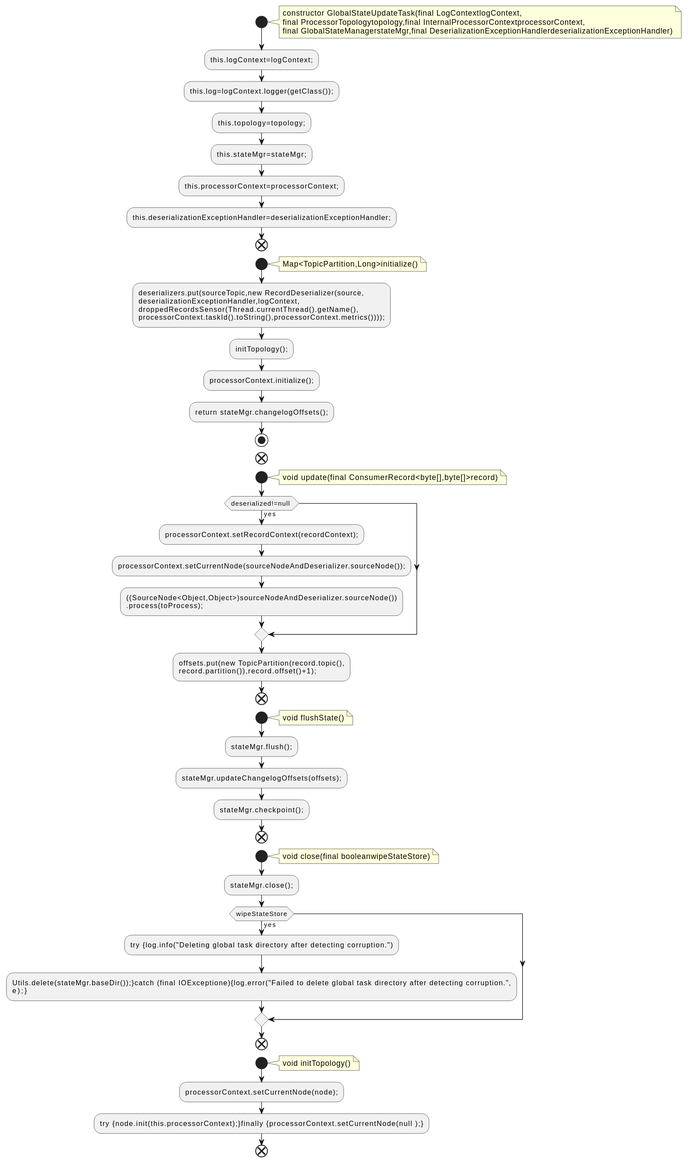
Above: docs/qc/streams/src/main/java/org/apache/kafka/streams/processor/internals/GlobalStateUpdateTask.java.fct.svg in qualitesys/kafka (PlantUML), before the change.
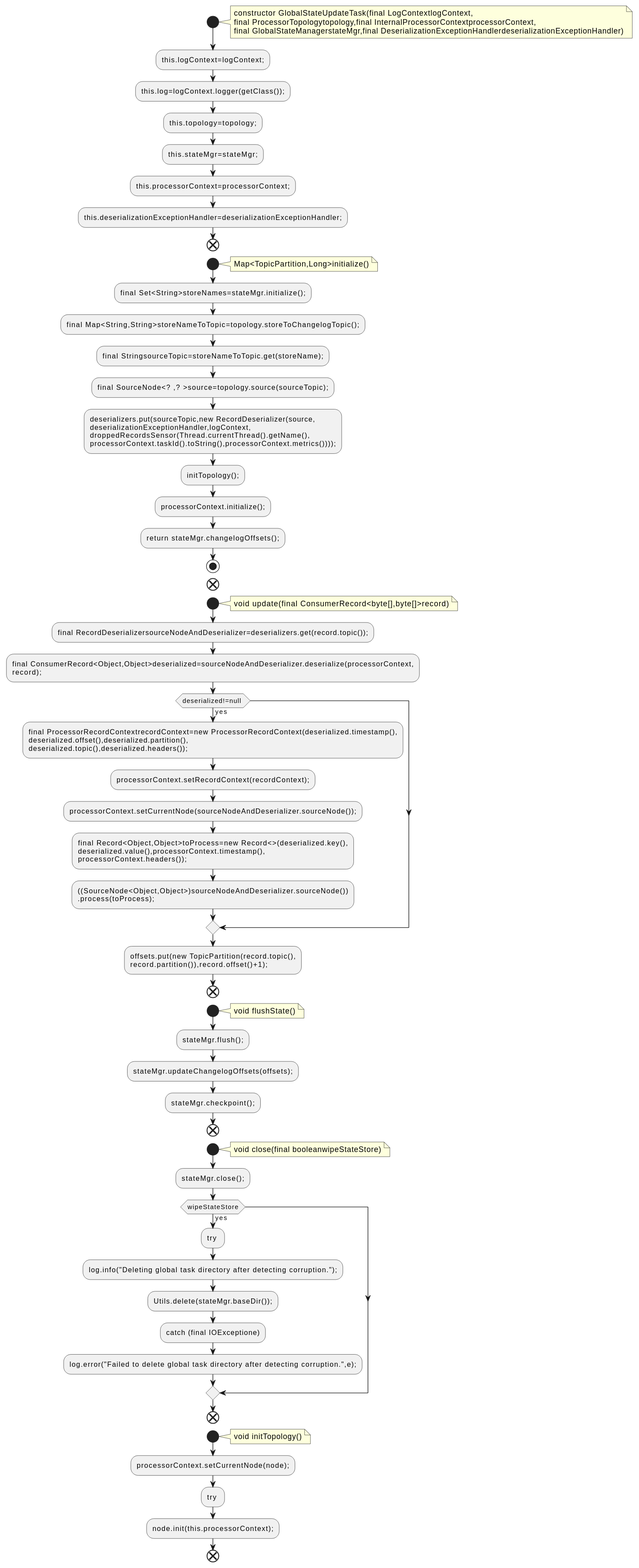
The same diagram one commit later.

The edit, as a diff of the source:
```diff
@@ -17,6 +17,10 @@
 note right
 Map<TopicPartition,Long>initialize()
 end note
+:final Set<String>storeNames=stateMgr.initialize();;
+:final Map<String,String>storeNameToTopic=topology.storeToChangelogTopic();;
+:final StringsourceTopic=storeNameToTopic.get(storeName);;
+:final SourceNode<? ,? >source=topology.source(sourceTopic);;
 :deserializers.put(sourceTopic,new RecordDeserializer(source,
 deserializationExceptionHandler,logContext,
 droppedRecordsSensor(Thread.currentThread().getName(),
@@ -30,9 +34,18 @@
 note right
 void update(final ConsumerRecord<byte[],byte[]>record)
 end note
+:final RecordDeserializersourceNodeAndDeserializer=deserializers.get(record.topic());;
+:final ConsumerRecord<Object,Object>deserialized=sourceNodeAndDeserializer.deserialize(processorContext,
+record);;
 if (deserialized!=null ) then (yes)
+:final ProcessorRecordContextrecordContext=new ProcessorRecordContext(deserialized.timestamp(),
+deserialized.offset(),deserialized.partition(),
+deserialized.topic(),deserialized.headers());;
 :processorContext.setRecordContext(recordContext);;
 :processorContext.setCurrentNode(sourceNodeAndDeserializer.sourceNode());;
+:final Record<Object,Object>toProcess=new Record<>(deserialized.key(),
+deserialized.value(),processorContext.timestamp(),
+processorContext.headers());;
 :((SourceNode<Object,Object>)sourceNodeAndDeserializer.sourceNode())
 .process(toProcess);;
 endif
@@ -53,9 +66,11 @@
 end note
 :stateMgr.close();;
 if (wipeStateStore) then (yes)
-:try {log.info("Deleting global task directory after detecting corruption.");
-:Utils.delete(stateMgr.baseDir());}catch (final IOExceptione){log.error("Failed to delete global task directory after detecting corruption.",
-e);};
+:try ;
+:log.info("Deleting global task directory after detecting corruption.");;
+:Utils.delete(stateMgr.baseDir());;
+:catch (final IOExceptione);
+:log.error("Failed to delete global task directory after detecting corruption.",e);;
 endif
 end
 start
@@ -63,6 +78,7 @@
 void initTopology()
 end note
 :processorContext.setCurrentNode(node);;
-:try {node.init(this.processorContext);}finally {processorContext.setCurrentNode(null );};
+:try ;
+:node.init(this.processorContext);;
 end
 @enduml
```
